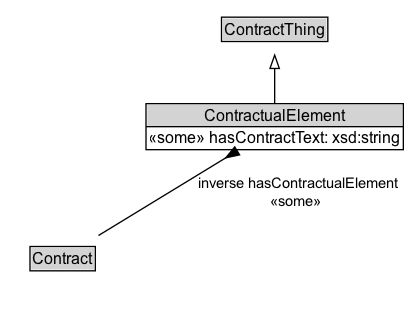
Before: docs/diagrams/ContractualElement.dot.png, a diagram exported from Graphviz (ISO-TC204/ontology-cdm-p2-v1). Its source is kept beside it as docs/diagrams/ContractualElement.dot. Its diagram source:
```dot
digraph {
	graph [overlap=false rankdir=TB splines=true]
	node [fontname=Arial fontsize=12 margin=0 shape=none]
	edge [fontname=Arial fontsize=11]
	{
		rank=max
		ContractualElement [label=<<TABLE BORDER="1" CELLBORDER="0" CELLSPACING="0" CELLPADDING="1"><TR><TD BGCOLOR="lightgray" ALIGN="CENTER" PORT="e">ContractualElement</TD></TR><HR/><TR><TD ALIGN="LEFT">«some» hasContractText: xsd:string</TD></TR></TABLE>> URL="../ContractualElement.md" margin=0]
	}
	subgraph cluster_associated {
		label="" style=invis
		Invis [label=<<TABLE BORDER="0" CELLBORDER="0" CELLSPACING="0" CELLPADDING="1"><TR><TD></TD></TR></TABLE>> margin=0 style=invis]
		Contract [label=<<TABLE BORDER="1" CELLBORDER="0" CELLSPACING="0" CELLPADDING="1"><TR><TD BGCOLOR="lightgray" ALIGN="CENTER">Contract</TD></TR></TABLE>> URL="../Contract.md" margin=0]
	}
	ContractThing [label=<<TABLE BORDER="1" CELLBORDER="0" CELLSPACING="0" CELLPADDING="1"><TR><TD BGCOLOR="lightgray" ALIGN="CENTER">ContractThing</TD></TR></TABLE>> URL="../ContractThing.md" margin=0]
	ContractualElement -> ContractThing [arrowhead=onormal style=solid]
	ContractualElement -> Invis [style=invis]
	Invis -> Contract [style=invis]
	Contract -> ContractualElement [label=" inverse hasContractualElement
 «some»  " arrowhead=inv style=solid]
}
```
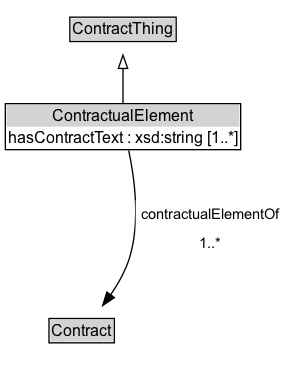
After the change.

Change to the diagram source:
```diff
@@ -3,18 +3,21 @@
 	node [fontname=Arial fontsize=12 margin=0 shape=none]
 	edge [fontname=Arial fontsize=11]
 	{
+		rank=source
+		ContractThing [label=<<TABLE BORDER="1" CELLBORDER="0" CELLSPACING="0" CELLPADDING="1"><TR><TD BGCOLOR="lightgray" ALIGN="CENTER">ContractThing</TD></TR></TABLE>> URL="../ContractThing" margin=0]
+	}
+	ContractualElement [label=<<TABLE BORDER="1" CELLBORDER="0" CELLSPACING="0" CELLPADDING="1"><TR><TD BGCOLOR="lightgray" ALIGN="CENTER">ContractualElement</TD></TR><TR><TD ALIGN="LEFT">hasContractText : xsd:string [1..*]</TD></TR></TABLE>> URL="../ContractualElement" margin=0]
+	{
 		rank=max
-		ContractualElement [label=<<TABLE BORDER="1" CELLBORDER="0" CELLSPACING="0" CELLPADDING="1"><TR><TD BGCOLOR="lightgray" ALIGN="CENTER" PORT="e">ContractualElement</TD></TR><HR/><TR><TD ALIGN="LEFT">«some» hasContractText: xsd:string</TD></TR></TABLE>> URL="../ContractualElement.md" margin=0]
 	}
 	subgraph cluster_associated {
 		label="" style=invis
 		Invis [label=<<TABLE BORDER="0" CELLBORDER="0" CELLSPACING="0" CELLPADDING="1"><TR><TD></TD></TR></TABLE>> margin=0 style=invis]
-		Contract [label=<<TABLE BORDER="1" CELLBORDER="0" CELLSPACING="0" CELLPADDING="1"><TR><TD BGCOLOR="lightgray" ALIGN="CENTER">Contract</TD></TR></TABLE>> URL="../Contract.md" margin=0]
+		Contract [label=<<TABLE BORDER="1" CELLBORDER="0" CELLSPACING="0" CELLPADDING="1"><TR><TD BGCOLOR="lightgray" ALIGN="CENTER">Contract</TD></TR></TABLE>> URL="../Contract" margin=0]
 	}
-	ContractThing [label=<<TABLE BORDER="1" CELLBORDER="0" CELLSPACING="0" CELLPADDING="1"><TR><TD BGCOLOR="lightgray" ALIGN="CENTER">ContractThing</TD></TR></TABLE>> URL="../ContractThing.md" margin=0]
 	ContractualElement -> ContractThing [arrowhead=onormal style=solid]
 	ContractualElement -> Invis [style=invis]
 	Invis -> Contract [style=invis]
-	Contract -> ContractualElement [label=" inverse hasContractualElement
- «some»  " arrowhead=inv style=solid]
+	Contract [label=<<TABLE BORDER="1" CELLBORDER="0" CELLSPACING="0" CELLPADDING="1"><TR><TD BGCOLOR="lightgray" ALIGN="CENTER">Contract</TD></TR></TABLE>> URL="../Contract" margin=0]
+	ContractualElement -> Contract [label=<<TABLE BORDER="0" CELLBORDER="0" CELLSPACING="0" CELLPADDING="4" BGCOLOR="white"><TR><TD ALIGN="CENTER">contractualElementOf</TD></TR><TR><TD ALIGN="CENTER">1..*</TD></TR></TABLE>> arrowhead=normal style=solid]
 }
```
